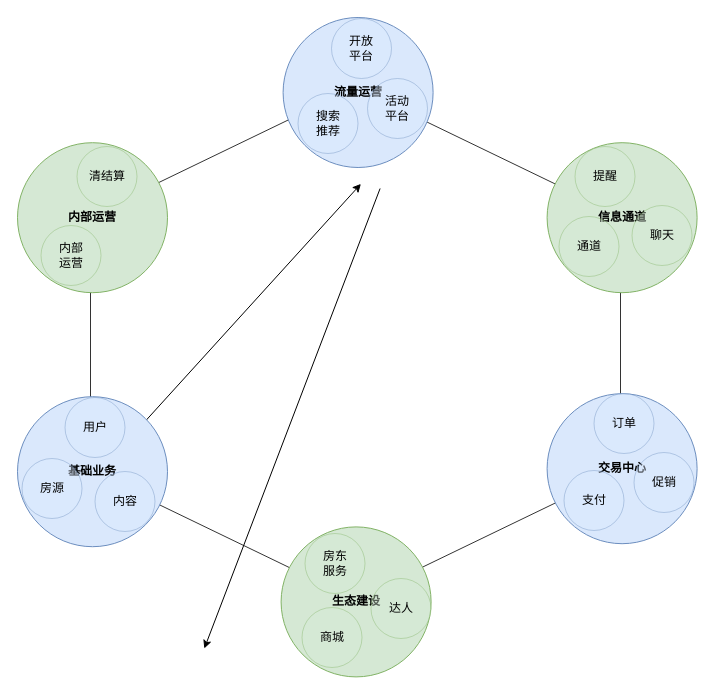
NonePro/UML keeps this draw.io diagram as page "Page-1" (1 of 2) of 业务系统.drawio. Above is the earlier version. Source tidied: cells renumbered, new cells numbered last; positions are measured from the earlier drawing's top-left corner, leaving out a move shared by most shapes. Both pictures are drawn from the tidied source at 100%, with x=0, y=0 at pixel (17, 17).
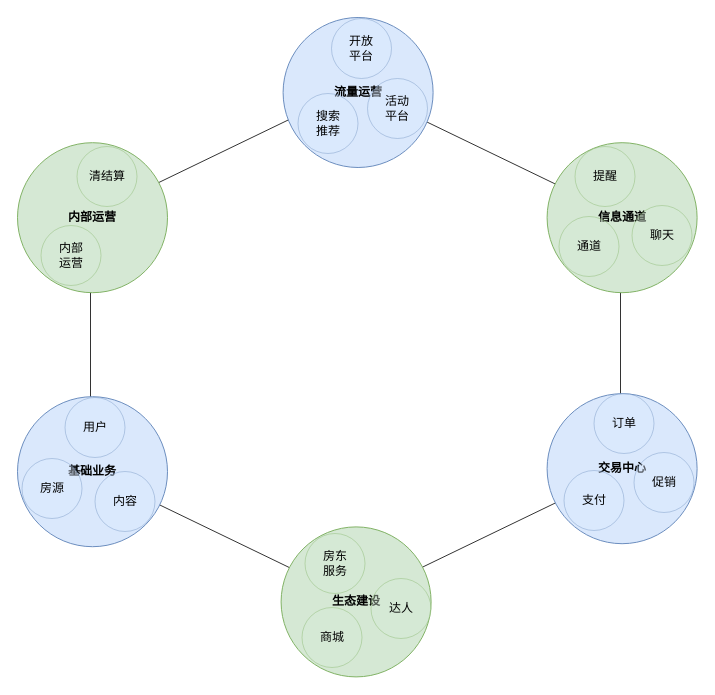
The same page after the edit.

Diff of the diagram source:
```diff
@@
-    <mxCell id="3" style="endArrow=classic;html=1;entryX=0.372;entryY=0.031;entryDx=0;entryDy=0;exitX=0.956;exitY=0.308;exitDx=0;exitDy=0;entryPerimeter=0;exitPerimeter=0;" parent="1" edge="1">
-      <mxGeometry relative="1" as="geometry">
-        <mxPoint x="98.6" y="435.8" as="sourcePoint" />
-        <mxPoint x="343.4" y="166.4" as="targetPoint" />
-      </mxGeometry>
-    </mxCell>
-    <mxCell id="4" style="endArrow=classic;html=1;entryX=0.045;entryY=0.299;entryDx=0;entryDy=0;exitX=0.5;exitY=1;exitDx=0;exitDy=0;entryPerimeter=0;" parent="1" edge="1">
-      <mxGeometry relative="1" as="geometry">
-        <mxPoint x="362.6" y="171" as="sourcePoint" />
-        <mxPoint x="186.8" y="631" as="targetPoint" />
-      </mxGeometry>
-    </mxCell>
```
